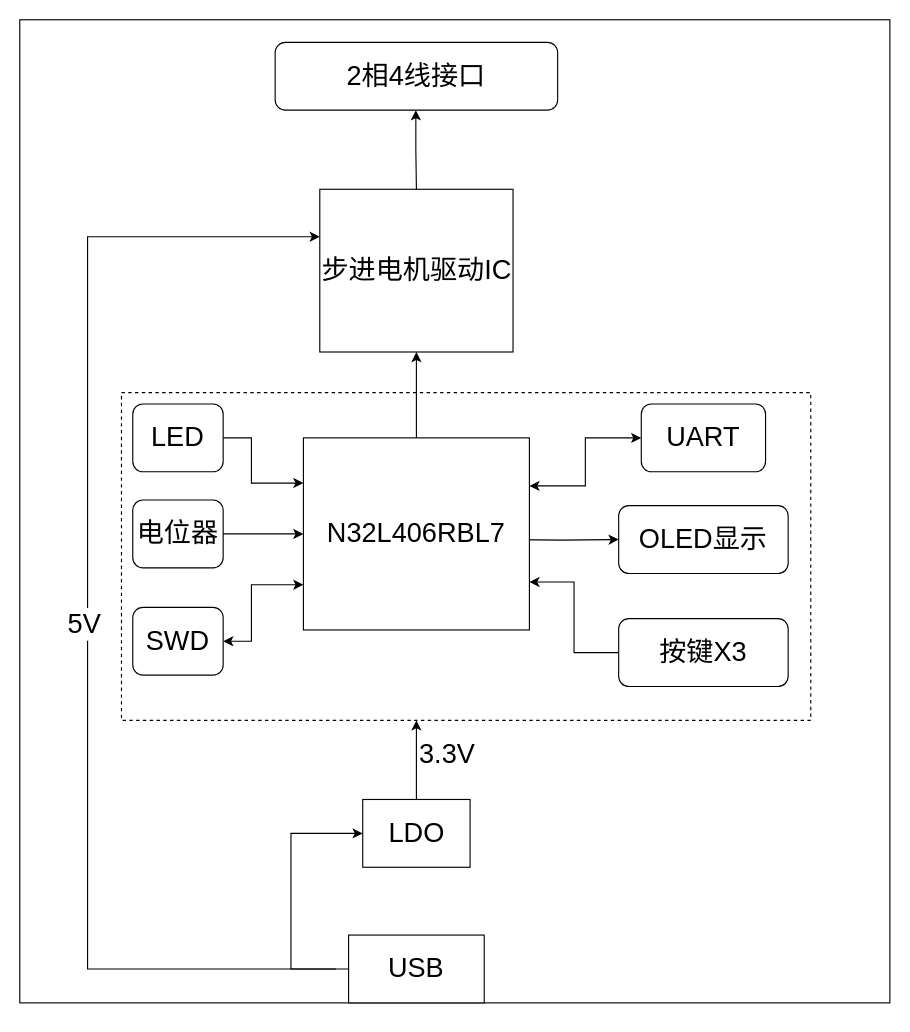
The draw.io diagram PAD_MOTOR.drawio in cj942/TBOX, before the edit. Source tidied: cells renumbered, new cells numbered last; positions are measured from the earlier drawing's top-left corner, leaving out a move shared by most shapes. Both pictures are drawn from the tidied source at 113%, with x=0, y=0 at pixel (19, 19).
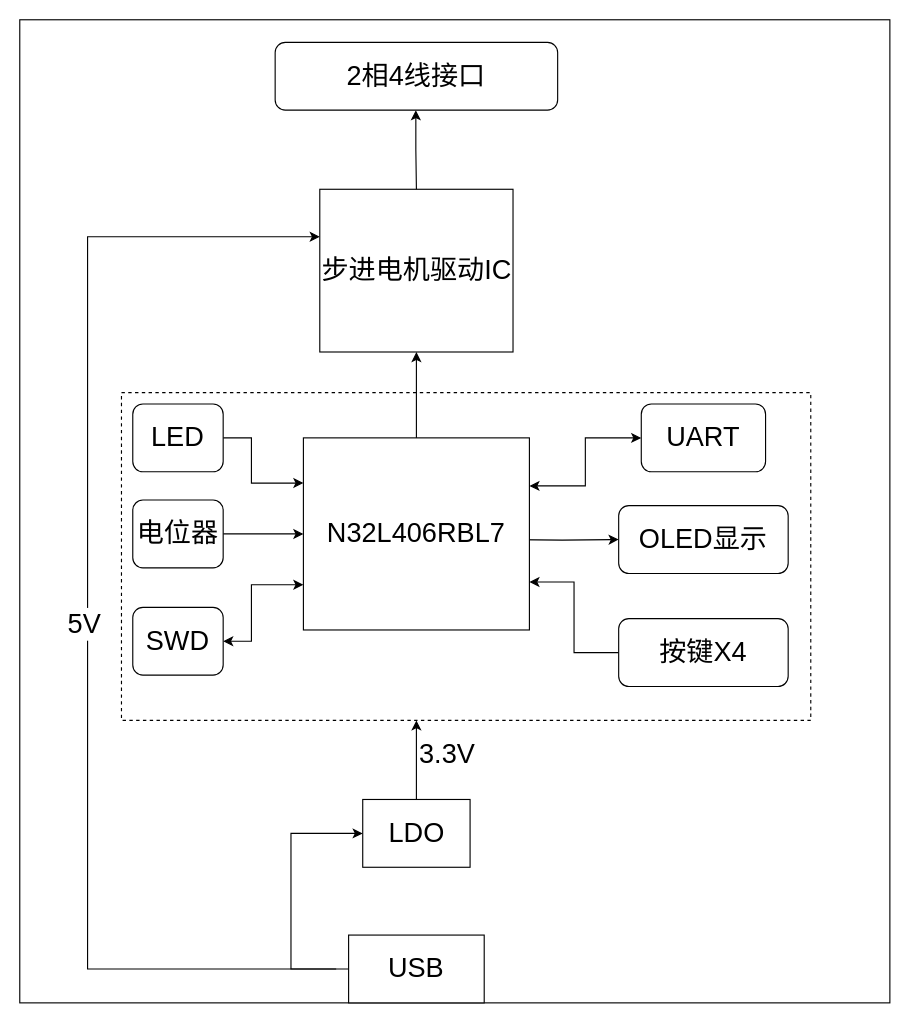
The same diagram, later.

Change to the diagram source:
```diff
@@
-    <mxCell id="20" value="&lt;span style=&quot;font-size: 24px&quot;&gt;按键X3&lt;/span&gt;" style="rounded=1;whiteSpace=wrap;html=1;" parent="1" vertex="1">
+    <mxCell id="20" value="&lt;span style=&quot;font-size: 24px&quot;&gt;按键X4&lt;/span&gt;" style="rounded=1;whiteSpace=wrap;html=1;" parent="1" vertex="1">
       <mxGeometry x="530" y="530" width="150" height="60" as="geometry" />
     </mxCell>
```
